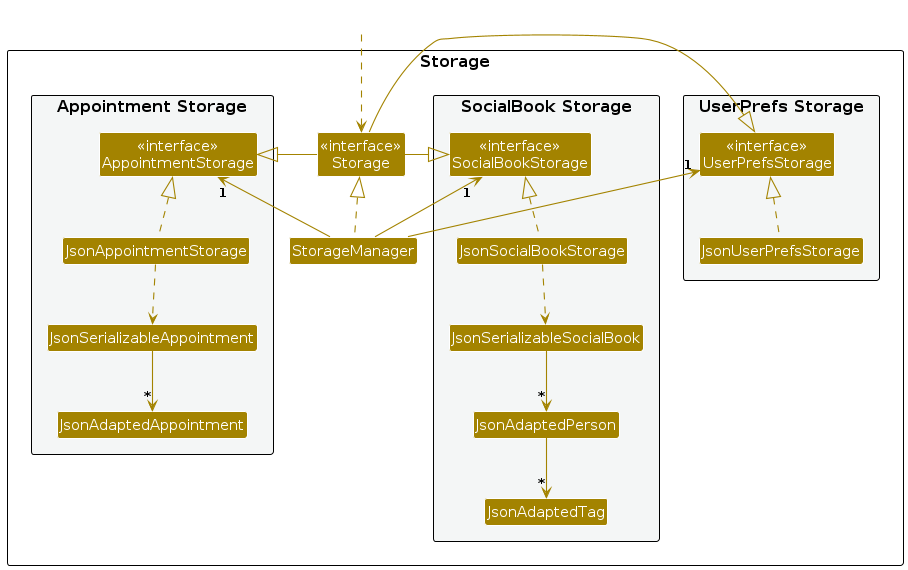
The PlantUML diagram diagrams/StorageClassDiagram.png in LeongWZ/tp, before a commit. Its source is kept beside it as diagrams/StorageClassDiagram.puml.
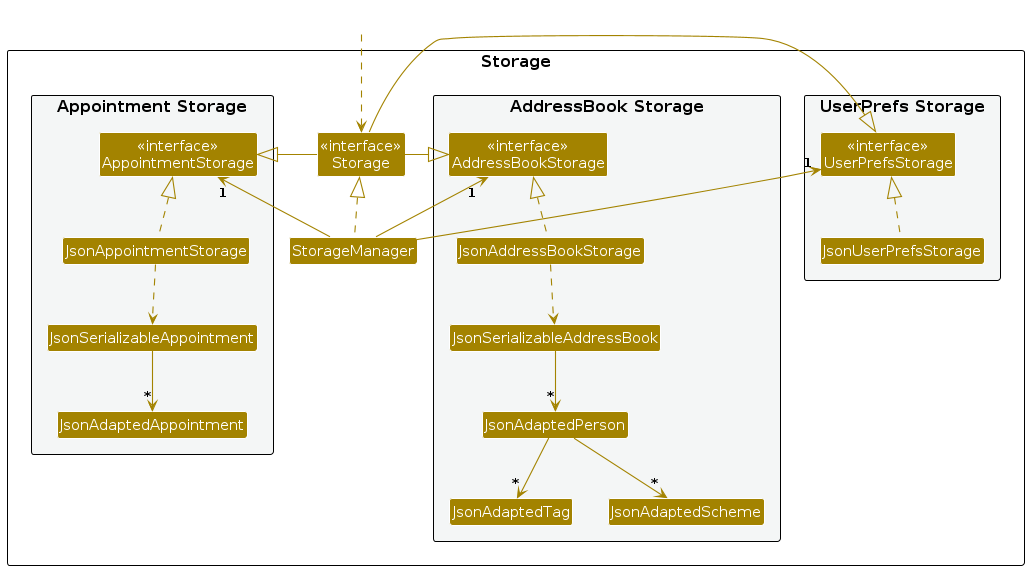
After the commit.

Change to the diagram source:
```diff
@@ -14,12 +14,13 @@
 Class "<<interface>>\nStorage" as Storage
 Class StorageManager
 
-package "SocialBook Storage" #F4F6F6{
-Class "<<interface>>\nSocialBookStorage" as SocialBookStorage
-Class JsonSocialBookStorage
-Class JsonSerializableSocialBook
+package "AddressBook Storage" #F4F6F6{
+Class "<<interface>>\nAddressBookStorage" as AddressBookStorage
+Class JsonAddressBookStorage
+Class JsonSerializableAddressBook
 Class JsonAdaptedPerson
 Class JsonAdaptedTag
+Class JsonAdaptedScheme
 }
 
 package "Appointment Storage" #F4F6F6{
@@ -36,18 +37,19 @@
 
 StorageManager .up.|> Storage
 StorageManager -up-> "1" UserPrefsStorage
-StorageManager -up-> "1" SocialBookStorage
+StorageManager -up-> "1" AddressBookStorage
 StorageManager -up-> "1" AppointmentStorage
 
 Storage -left-|> UserPrefsStorage
 Storage -left-|> AppointmentStorage
-Storage -right-|> SocialBookStorage
+Storage -right-|> AddressBookStorage
 
 JsonUserPrefsStorage .up.|> UserPrefsStorage
-JsonSocialBookStorage .up.|> SocialBookStorage
-JsonSocialBookStorage ..> JsonSerializableSocialBook
-JsonSerializableSocialBook --> "*" JsonAdaptedPerson
+JsonAddressBookStorage .up.|> AddressBookStorage
+JsonAddressBookStorage ..> JsonSerializableAddressBook
+JsonSerializableAddressBook --> "*" JsonAdaptedPerson
 JsonAdaptedPerson --> "*" JsonAdaptedTag
+JsonAdaptedPerson --> "*" JsonAdaptedScheme
 
 JsonAppointmentStorage .up.|> AppointmentStorage
 JsonAppointmentStorage ..> JsonSerializableAppointment
```
